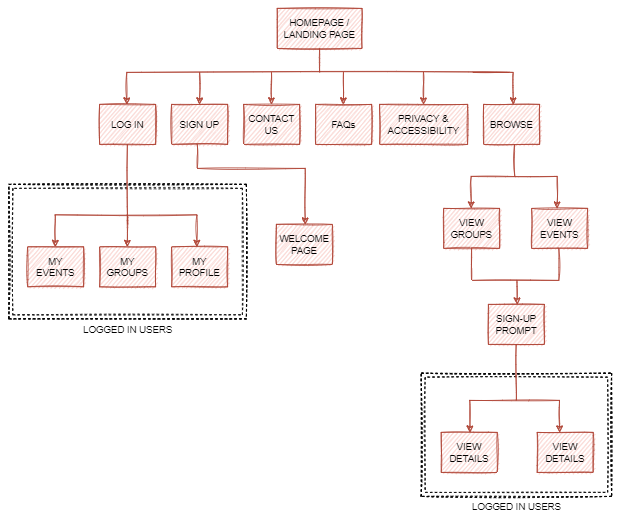
Earlier version of the draw.io export documentation/screenshots/information-architecture.png (lmw95/MS3-worldsmiths). Source tidied: cells renumbered, new cells last; positions are measured from the earlier drawing's top-left corner, leaving out a move shared by most shapes.
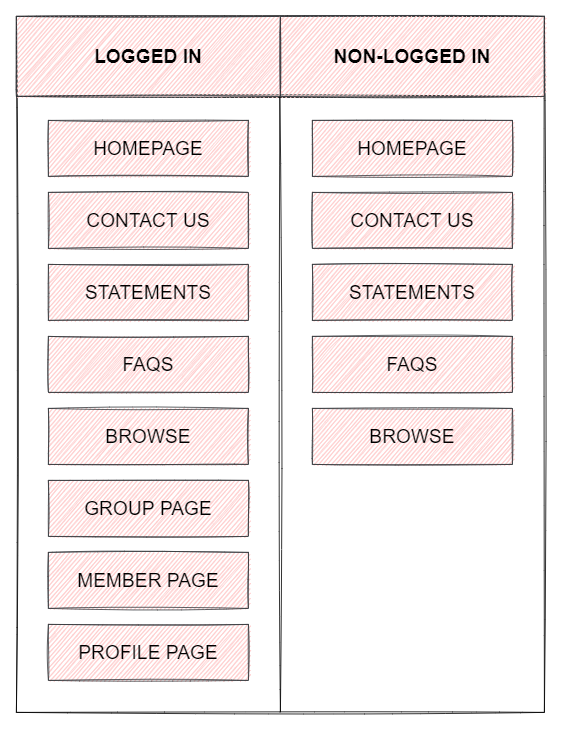
After the commit.

Commit message:
Update README with updated diagrams of workflow and architecture

The edit, as a diff of the source:
```diff
@@ -2,215 +2,64 @@
   <root>
     <mxCell id="0" />
     <mxCell id="1" parent="0" />
-    <mxCell id="2" value="LOGGED IN USERS" style="verticalLabelPosition=bottom;verticalAlign=top;html=1;shape=mxgraph.basic.rect;fillColor2=none;strokeWidth=1;size=20;indent=5;fillColor=none;dashed=1;strokeColor=#000000;perimeterSpacing=0;shadow=0;sketch=1;" parent="1" vertex="1">
-      <mxGeometry x="0.5" y="220" width="297" height="168" as="geometry" />
-    </mxCell>
-    <mxCell id="3" value="HOMEPAGE / LANDING PAGE" style="rounded=0;whiteSpace=wrap;html=1;fillColor=#fad9d5;strokeColor=#ae4132;sketch=1;" parent="1" vertex="1">
-      <mxGeometry x="336" width="106" height="50" as="geometry" />
-    </mxCell>
-    <mxCell id="4" value="LOG IN" style="rounded=0;whiteSpace=wrap;html=1;fillColor=#fad9d5;strokeColor=#ae4132;sketch=1;" parent="1" vertex="1">
-      <mxGeometry x="114" y="120" width="70" height="50" as="geometry" />
-    </mxCell>
-    <mxCell id="5" value="SIGN UP" style="rounded=0;whiteSpace=wrap;html=1;fillColor=#fad9d5;strokeColor=#ae4132;sketch=1;" parent="1" vertex="1">
-      <mxGeometry x="204" y="120" width="70" height="50" as="geometry" />
-    </mxCell>
-    <mxCell id="6" value="CONTACT US" style="rounded=0;whiteSpace=wrap;html=1;fillColor=#fad9d5;strokeColor=#ae4132;sketch=1;" parent="1" vertex="1">
-      <mxGeometry x="294" y="120" width="70" height="50" as="geometry" />
-    </mxCell>
-    <mxCell id="7" value="FAQs" style="rounded=0;whiteSpace=wrap;html=1;fillColor=#fad9d5;strokeColor=#ae4132;sketch=1;" parent="1" vertex="1">
-      <mxGeometry x="384" y="120" width="70" height="50" as="geometry" />
-    </mxCell>
-    <mxCell id="8" value="PRIVACY &amp;amp; ACCESSIBILITY" style="rounded=0;whiteSpace=wrap;html=1;fillColor=#fad9d5;strokeColor=#ae4132;sketch=1;" parent="1" vertex="1">
-      <mxGeometry x="464" y="120" width="110" height="50" as="geometry" />
-    </mxCell>
-    <mxCell id="9" value="BROWSE" style="rounded=0;whiteSpace=wrap;html=1;fillColor=#fad9d5;strokeColor=#ae4132;sketch=1;" parent="1" vertex="1">
-      <mxGeometry x="594" y="120" width="70" height="50" as="geometry" />
-    </mxCell>
-    <mxCell id="10" style="endArrow=classic;html=1;rounded=0;edgeStyle=orthogonalEdgeStyle;fillColor=#fad9d5;strokeColor=#ae4132;sketch=1;" parent="1" edge="1">
-      <mxGeometry relative="1" as="geometry">
-        <mxPoint x="626" y="80" as="sourcePoint" />
-        <mxPoint x="148" y="120" as="targetPoint" />
-      </mxGeometry>
-    </mxCell>
-    <mxCell id="11" style="endArrow=classic;html=1;rounded=0;edgeStyle=orthogonalEdgeStyle;fillColor=#fad9d5;strokeColor=#ae4132;sketch=1;" parent="1" edge="1">
-      <mxGeometry relative="1" as="geometry">
-        <mxPoint x="581" y="80" as="sourcePoint" />
-        <mxPoint x="631" y="120" as="targetPoint" />
-        <Array as="points">
-          <mxPoint x="581" y="80" />
-          <mxPoint x="631" y="80" />
-        </Array>
-      </mxGeometry>
-    </mxCell>
-    <mxCell id="12" style="endArrow=classic;html=1;rounded=0;fillColor=#fad9d5;strokeColor=#ae4132;sketch=1;" parent="1" edge="1">
-      <mxGeometry relative="1" as="geometry">
-        <mxPoint x="239" y="80" as="sourcePoint" />
-        <mxPoint x="239" y="120" as="targetPoint" />
-      </mxGeometry>
-    </mxCell>
-    <mxCell id="13" style="endArrow=classic;html=1;rounded=0;fillColor=#fad9d5;strokeColor=#ae4132;sketch=1;" parent="1" edge="1">
-      <mxGeometry relative="1" as="geometry">
-        <mxPoint x="328.8" y="80" as="sourcePoint" />
-        <mxPoint x="328.8" y="120" as="targetPoint" />
-      </mxGeometry>
-    </mxCell>
-    <mxCell id="14" style="endArrow=classic;html=1;rounded=0;fillColor=#fad9d5;strokeColor=#ae4132;sketch=1;" parent="1" edge="1">
-      <mxGeometry relative="1" as="geometry">
-        <mxPoint x="418.8" y="80" as="sourcePoint" />
-        <mxPoint x="418.8" y="120" as="targetPoint" />
-      </mxGeometry>
-    </mxCell>
-    <mxCell id="15" style="endArrow=classic;html=1;rounded=0;fillColor=#fad9d5;strokeColor=#ae4132;sketch=1;" parent="1" edge="1">
-      <mxGeometry relative="1" as="geometry">
-        <mxPoint x="518.8" y="80" as="sourcePoint" />
-        <mxPoint x="518.8" y="120" as="targetPoint" />
-      </mxGeometry>
-    </mxCell>
-    <mxCell id="16" value="MY EVENTS" style="rounded=0;whiteSpace=wrap;html=1;fillColor=#fad9d5;strokeColor=#ae4132;sketch=1;" parent="1" vertex="1">
-      <mxGeometry x="24" y="298" width="70" height="50" as="geometry" />
-    </mxCell>
-    <mxCell id="17" value="MY GROUPS" style="rounded=0;whiteSpace=wrap;html=1;fillColor=#fad9d5;strokeColor=#ae4132;sketch=1;" parent="1" vertex="1">
-      <mxGeometry x="114" y="298" width="70" height="50" as="geometry" />
-    </mxCell>
-    <mxCell id="18" value="MY PROFILE" style="rounded=0;whiteSpace=wrap;html=1;fillColor=#fad9d5;strokeColor=#ae4132;sketch=1;" parent="1" vertex="1">
-      <mxGeometry x="204" y="298" width="70" height="50" as="geometry" />
-    </mxCell>
-    <mxCell id="19" value="WELCOME PAGE" style="rounded=0;whiteSpace=wrap;html=1;fillColor=#fad9d5;strokeColor=#ae4132;sketch=1;" parent="1" vertex="1">
-      <mxGeometry x="335" y="270" width="70" height="50" as="geometry" />
-    </mxCell>
-    <mxCell id="20" style="endArrow=none;html=1;rounded=0;fillColor=#fad9d5;strokeColor=#ae4132;sketch=1;" parent="1" edge="1">
-      <mxGeometry relative="1" as="geometry">
-        <mxPoint x="58" y="258" as="sourcePoint" />
-        <mxPoint x="236" y="258" as="targetPoint" />
-      </mxGeometry>
-    </mxCell>
-    <mxCell id="21" style="endArrow=classic;html=1;rounded=0;fillColor=#fad9d5;strokeColor=#ae4132;sketch=1;" parent="1" edge="1">
-      <mxGeometry relative="1" as="geometry">
-        <mxPoint x="58.6" y="258" as="sourcePoint" />
-        <mxPoint x="58.6" y="298" as="targetPoint" />
-      </mxGeometry>
-    </mxCell>
-    <mxCell id="22" style="endArrow=classic;html=1;rounded=0;fillColor=#fad9d5;strokeColor=#ae4132;sketch=1;" parent="1" edge="1">
-      <mxGeometry relative="1" as="geometry">
-        <mxPoint x="148.7" y="258" as="sourcePoint" />
-        <mxPoint x="148.7" y="298" as="targetPoint" />
-      </mxGeometry>
-    </mxCell>
-    <mxCell id="23" style="endArrow=classic;html=1;rounded=0;fillColor=#fad9d5;strokeColor=#ae4132;sketch=1;" parent="1" edge="1">
-      <mxGeometry relative="1" as="geometry">
-        <mxPoint x="235.7" y="258" as="sourcePoint" />
-        <mxPoint x="235.7" y="298" as="targetPoint" />
-      </mxGeometry>
-    </mxCell>
-    <mxCell id="24" style="endArrow=none;html=1;rounded=0;fillColor=#fad9d5;strokeColor=#ae4132;sketch=1;" parent="1" edge="1">
-      <mxGeometry relative="1" as="geometry">
-        <mxPoint x="149" y="270" as="sourcePoint" />
-        <mxPoint x="148.7" y="170" as="targetPoint" />
-      </mxGeometry>
-    </mxCell>
-    <mxCell id="25" style="endArrow=classic;html=1;rounded=0;edgeStyle=orthogonalEdgeStyle;fillColor=#fad9d5;strokeColor=#ae4132;sketch=1;" parent="1" edge="1" target="19">
-      <mxGeometry relative="1" as="geometry">
-        <mxPoint x="236" y="170" as="sourcePoint" />
-        <Array as="points">
-          <mxPoint x="236" y="200" />
-          <mxPoint x="371" y="200" />
-        </Array>
-      </mxGeometry>
-    </mxCell>
-    <mxCell id="26" style="endArrow=none;html=1;rounded=0;fillColor=#fad9d5;strokeColor=#ae4132;sketch=1;" parent="1" edge="1">
-      <mxGeometry relative="1" as="geometry">
-        <mxPoint x="389" y="80" as="sourcePoint" />
-        <mxPoint x="389" y="50" as="targetPoint" />
-      </mxGeometry>
-    </mxCell>
-    <mxCell id="27" style="endArrow=none;html=1;rounded=0;fillColor=#fad9d5;strokeColor=#ae4132;sketch=1;" parent="1" edge="1">
-      <mxGeometry relative="1" as="geometry">
-        <mxPoint x="633" y="210" as="sourcePoint" />
-        <mxPoint x="632.6" y="170" as="targetPoint" />
-      </mxGeometry>
-    </mxCell>
-    <mxCell id="28" value="VIEW EVENTS&lt;span style=&quot;color: rgba(0 , 0 , 0 , 0) ; font-family: monospace ; font-size: 0px&quot;&gt;%3CmxGraphModel%3E%3Croot%3E%3CmxCell%20id%3D%220%22%2F%3E%3CmxCell%20id%3D%221%22%20parent%3D%220%22%2F%3E%3CmxCell%20id%3D%222%22%20value%3D%22WELCOME%20PAGE%22%20style%3D%22rounded%3D0%3BwhiteSpace%3Dwrap%3Bhtml%3D1%3BfillColor%3D%23fad9d5%3BstrokeColor%3D%23ae4132%3B%22%20vertex%3D%221%22%20parent%3D%221%22%3E%3CmxGeometry%20x%3D%22338%22%20y%3D%22310%22%20width%3D%2270%22%20height%3D%2250%22%20as%3D%22geometry%22%2F%3E%3C%2FmxCell%3E%3C%2Froot%3E%3C%2FmxGraphModel%3E&lt;/span&gt;" style="rounded=0;whiteSpace=wrap;html=1;fillColor=#fad9d5;strokeColor=#ae4132;sketch=1;" parent="1" vertex="1">
-      <mxGeometry x="654" y="250" width="70" height="50" as="geometry" />
-    </mxCell>
-    <mxCell id="29" value="VIEW GROUPS" style="rounded=0;whiteSpace=wrap;html=1;fillColor=#fad9d5;strokeColor=#ae4132;sketch=1;" parent="1" vertex="1">
-      <mxGeometry x="544" y="250" width="70" height="50" as="geometry" />
-    </mxCell>
-    <mxCell id="30" value="SIGN-UP PROMPT" style="rounded=0;whiteSpace=wrap;html=1;fillColor=#fad9d5;strokeColor=#ae4132;sketch=1;" parent="1" vertex="1">
-      <mxGeometry x="600" y="370" width="70" height="50" as="geometry" />
-    </mxCell>
-    <mxCell id="31" value="VIEW DETAILS" style="rounded=0;whiteSpace=wrap;html=1;fillColor=#fad9d5;strokeColor=#ae4132;sketch=1;" parent="1" vertex="1">
-      <mxGeometry x="541" y="530" width="70" height="50" as="geometry" />
-    </mxCell>
-    <mxCell id="32" value="VIEW DETAILS" style="rounded=0;whiteSpace=wrap;html=1;fillColor=#fad9d5;strokeColor=#ae4132;sketch=1;" parent="1" vertex="1">
-      <mxGeometry x="661" y="530" width="70" height="50" as="geometry" />
-    </mxCell>
-    <mxCell id="33" style="endArrow=none;html=1;rounded=0;fillColor=#fad9d5;strokeColor=#ae4132;sketch=1;" parent="1" edge="1">
-      <mxGeometry relative="1" as="geometry">
-        <mxPoint x="578" y="210" as="sourcePoint" />
-        <mxPoint x="686" y="210" as="targetPoint" />
-      </mxGeometry>
-    </mxCell>
-    <mxCell id="34" style="endArrow=classic;html=1;rounded=0;fillColor=#fad9d5;strokeColor=#ae4132;sketch=1;" parent="1" edge="1">
-      <mxGeometry relative="1" as="geometry">
-        <mxPoint x="686" y="210" as="sourcePoint" />
-        <mxPoint x="686" y="250" as="targetPoint" />
-      </mxGeometry>
-    </mxCell>
-    <mxCell id="35" value="LOGGED IN USERS" style="verticalLabelPosition=bottom;verticalAlign=top;html=1;shape=mxgraph.basic.rect;fillColor2=none;strokeWidth=1;size=20;indent=5;fillColor=none;dashed=1;strokeColor=#000000;perimeterSpacing=0;shadow=0;sketch=1;" parent="1" vertex="1">
-      <mxGeometry x="516" y="456" width="238" height="154" as="geometry" />
-    </mxCell>
-    <mxCell id="36" style="endArrow=none;html=1;rounded=0;fillColor=#fad9d5;strokeColor=#ae4132;sketch=1;" parent="1" edge="1">
-      <mxGeometry relative="1" as="geometry">
-        <mxPoint x="580" y="340" as="sourcePoint" />
-        <mxPoint x="688" y="340" as="targetPoint" />
-      </mxGeometry>
-    </mxCell>
-    <mxCell id="37" style="endArrow=none;html=1;rounded=0;fillColor=#fad9d5;strokeColor=#ae4132;sketch=1;" parent="1" edge="1">
-      <mxGeometry relative="1" as="geometry">
-        <mxPoint x="635" y="490" as="sourcePoint" />
-        <mxPoint x="634.7" y="420" as="targetPoint" />
-      </mxGeometry>
-    </mxCell>
-    <mxCell id="38" style="endArrow=none;html=1;rounded=0;fillColor=#fad9d5;strokeColor=#ae4132;sketch=1;" parent="1" edge="1">
-      <mxGeometry relative="1" as="geometry">
-        <mxPoint x="576" y="490" as="sourcePoint" />
-        <mxPoint x="690" y="490" as="targetPoint" />
-      </mxGeometry>
-    </mxCell>
-    <mxCell id="39" style="endArrow=classic;html=1;rounded=0;fillColor=#fad9d5;strokeColor=#ae4132;sketch=1;" parent="1" edge="1">
-      <mxGeometry relative="1" as="geometry">
-        <mxPoint x="578.6" y="210" as="sourcePoint" />
-        <mxPoint x="578.6" y="250" as="targetPoint" />
-      </mxGeometry>
-    </mxCell>
-    <mxCell id="40" style="endArrow=classic;html=1;rounded=0;fillColor=#fad9d5;strokeColor=#ae4132;sketch=1;" parent="1" edge="1">
-      <mxGeometry relative="1" as="geometry">
-        <mxPoint x="576.7" y="490" as="sourcePoint" />
-        <mxPoint x="577" y="530" as="targetPoint" />
-      </mxGeometry>
-    </mxCell>
-    <mxCell id="41" style="endArrow=classic;html=1;rounded=0;fillColor=#fad9d5;strokeColor=#ae4132;sketch=1;" parent="1" edge="1">
-      <mxGeometry relative="1" as="geometry">
-        <mxPoint x="688.9" y="490" as="sourcePoint" />
-        <mxPoint x="689.1" y="530" as="targetPoint" />
-      </mxGeometry>
-    </mxCell>
-    <mxCell id="42" style="endArrow=none;html=1;rounded=0;fillColor=#fad9d5;strokeColor=#ae4132;entryX=0.5;entryY=1;entryDx=0;entryDy=0;sketch=1;" parent="1" edge="1" target="29">
-      <mxGeometry relative="1" as="geometry">
-        <mxPoint x="579" y="340" as="sourcePoint" />
-      </mxGeometry>
-    </mxCell>
-    <mxCell id="43" style="endArrow=none;html=1;rounded=0;fillColor=#fad9d5;strokeColor=#ae4132;entryX=0.5;entryY=1;entryDx=0;entryDy=0;sketch=1;" parent="1" edge="1">
-      <mxGeometry relative="1" as="geometry">
-        <mxPoint x="688" y="340" as="sourcePoint" />
-        <mxPoint x="688" y="300" as="targetPoint" />
-      </mxGeometry>
-    </mxCell>
-    <mxCell id="44" style="endArrow=classic;html=1;rounded=0;fillColor=#fad9d5;strokeColor=#ae4132;sketch=1;" parent="1" edge="1">
-      <mxGeometry relative="1" as="geometry">
-        <mxPoint x="635.7" y="340" as="sourcePoint" />
-        <mxPoint x="636" y="370" as="targetPoint" />
-      </mxGeometry>
-    </mxCell>
+    <mxCell id="45" style="rounded=0;whiteSpace=wrap;html=1;sketch=1;fontColor=#095C86;strokeColor=#000000;fillColor=none;" parent="1" vertex="1">
+      <mxGeometry x="76" y="-110" width="660" height="870" as="geometry" />
+    </mxCell>
+    <mxCell id="46" style="endArrow=none;html=1;rounded=1;sketch=1;fontColor=#095C86;strokeColor=#000000;fillColor=#F694C1;curved=0;exitX=0.5;exitY=1;exitDx=0;exitDy=0;" parent="1" edge="1" source="45">
+      <mxGeometry relative="1" as="geometry">
+        <mxPoint x="405.3" y="-10" as="targetPoint" />
+      </mxGeometry>
+    </mxCell>
+    <mxCell id="47" style="endArrow=none;html=1;rounded=1;sketch=1;fontColor=#095C86;strokeColor=#000000;fillColor=#F694C1;curved=0;fontStyle=1;fontSize=24;" parent="1" edge="1">
+      <mxGeometry relative="1" as="geometry">
+        <mxPoint x="716" y="-10" as="sourcePoint" />
+        <mxPoint x="76" y="-10" as="targetPoint" />
+      </mxGeometry>
+    </mxCell>
+    <mxCell id="48" value="LOGGED IN" style="rounded=0;whiteSpace=wrap;html=1;sketch=1;strokeColor=#36393d;fillColor=#ffcccc;fontStyle=1;fontSize=24;labelBackgroundColor=none;" parent="1" vertex="1">
+      <mxGeometry x="76" y="-110" width="330" height="100" as="geometry" />
+    </mxCell>
+    <mxCell id="49" value="NON-LOGGED IN" style="rounded=0;whiteSpace=wrap;html=1;sketch=1;strokeColor=#36393d;fillColor=#ffcccc;fontStyle=1;fontSize=24;" parent="1" vertex="1">
+      <mxGeometry x="406" y="-110" width="330" height="100" as="geometry" />
+    </mxCell>
+    <mxCell id="50" value="HOMEPAGE" style="rounded=0;whiteSpace=wrap;html=1;labelBackgroundColor=none;sketch=1;fontSize=24;strokeColor=#36393d;fillColor=#ffcccc;" parent="1" vertex="1">
+      <mxGeometry x="116" y="20" width="250" height="70" as="geometry" />
+    </mxCell>
+    <mxCell id="51" value="HOMEPAGE" style="rounded=0;whiteSpace=wrap;html=1;labelBackgroundColor=none;sketch=1;fontSize=24;strokeColor=#36393d;fillColor=#ffcccc;" parent="1" vertex="1">
+      <mxGeometry x="446" y="20" width="250" height="70" as="geometry" />
+    </mxCell>
+    <mxCell id="52" value="CONTACT US&lt;span style=&quot;color: rgba(0 , 0 , 0 , 0) ; font-family: monospace ; font-size: 0px&quot;&gt;%3CmxGraphModel%3E%3Croot%3E%3CmxCell%20id%3D%220%22%2F%3E%3CmxCell%20id%3D%221%22%20parent%3D%220%22%2F%3E%3CmxCell%20id%3D%222%22%20value%3D%22HOMEPAGE%22%20style%3D%22rounded%3D0%3BwhiteSpace%3Dwrap%3Bhtml%3D1%3BlabelBackgroundColor%3Dnone%3Bsketch%3D1%3BfontSize%3D24%3BstrokeColor%3D%2336393d%3BfillColor%3D%23ffcccc%3B%22%20vertex%3D%221%22%20parent%3D%221%22%3E%3CmxGeometry%20x%3D%22160%22%20y%3D%2260%22%20width%3D%22250%22%20height%3D%2270%22%20as%3D%22geometry%22%2F%3E%3C%2FmxCell%3E%3C%2Froot%3E%3C%2FmxGraphModel%3E&lt;/span&gt;" style="rounded=0;whiteSpace=wrap;html=1;labelBackgroundColor=none;sketch=1;fontSize=24;strokeColor=#36393d;fillColor=#ffcccc;" parent="1" vertex="1">
+      <mxGeometry x="116" y="110" width="250" height="70" as="geometry" />
+    </mxCell>
+    <mxCell id="53" value="CONTACT US&lt;span style=&quot;color: rgba(0 , 0 , 0 , 0) ; font-family: monospace ; font-size: 0px&quot;&gt;%3CmxGraphModel%3E%3Croot%3E%3CmxCell%20id%3D%220%22%2F%3E%3CmxCell%20id%3D%221%22%20parent%3D%220%22%2F%3E%3CmxCell%20id%3D%222%22%20value%3D%22HOMEPAGE%22%20style%3D%22rounded%3D0%3BwhiteSpace%3Dwrap%3Bhtml%3D1%3BlabelBackgroundColor%3Dnone%3Bsketch%3D1%3BfontSize%3D24%3BstrokeColor%3D%2336393d%3BfillColor%3D%23ffcccc%3B%22%20vertex%3D%221%22%20parent%3D%221%22%3E%3CmxGeometry%20x%3D%22160%22%20y%3D%2260%22%20width%3D%22250%22%20height%3D%2270%22%20as%3D%22geometry%22%2F%3E%3C%2FmxCell%3E%3C%2Froot%3E%3C%2FmxGraphModel%3E&lt;/span&gt;" style="rounded=0;whiteSpace=wrap;html=1;labelBackgroundColor=none;sketch=1;fontSize=24;strokeColor=#36393d;fillColor=#ffcccc;" parent="1" vertex="1">
+      <mxGeometry x="446" y="110" width="250" height="70" as="geometry" />
+    </mxCell>
+    <mxCell id="54" value="STATEMENTS" style="rounded=0;whiteSpace=wrap;html=1;labelBackgroundColor=none;sketch=1;fontSize=24;strokeColor=#36393d;fillColor=#ffcccc;" parent="1" vertex="1">
+      <mxGeometry x="116" y="200" width="250" height="70" as="geometry" />
+    </mxCell>
+    <mxCell id="55" value="STATEMENTS" style="rounded=0;whiteSpace=wrap;html=1;labelBackgroundColor=none;sketch=1;fontSize=24;strokeColor=#36393d;fillColor=#ffcccc;" parent="1" vertex="1">
+      <mxGeometry x="446" y="200" width="250" height="70" as="geometry" />
+    </mxCell>
+    <mxCell id="56" value="FAQS&lt;span style=&quot;color: rgba(0 , 0 , 0 , 0) ; font-family: monospace ; font-size: 0px&quot;&gt;%3CmxGraphModel%3E%3Croot%3E%3CmxCell%20id%3D%220%22%2F%3E%3CmxCell%20id%3D%221%22%20parent%3D%220%22%2F%3E%3CmxCell%20id%3D%222%22%20value%3D%22STATEMENTS%22%20style%3D%22rounded%3D0%3BwhiteSpace%3Dwrap%3Bhtml%3D1%3BlabelBackgroundColor%3Dnone%3Bsketch%3D1%3BfontSize%3D24%3BstrokeColor%3D%2336393d%3BfillColor%3D%23ffcccc%3B%22%20vertex%3D%221%22%20parent%3D%221%22%3E%3CmxGeometry%20x%3D%22160%22%20y%3D%22240%22%20width%3D%22250%22%20height%3D%2270%22%20as%3D%22geometry%22%2F%3E%3C%2FmxCell%3E%3C%2Froot%3E%3C%2FmxGraphModel%3E&lt;/span&gt;" style="rounded=0;whiteSpace=wrap;html=1;labelBackgroundColor=none;sketch=1;fontSize=24;strokeColor=#36393d;fillColor=#ffcccc;" parent="1" vertex="1">
+      <mxGeometry x="116" y="290" width="250" height="70" as="geometry" />
+    </mxCell>
+    <mxCell id="57" value="FAQS&lt;span style=&quot;color: rgba(0 , 0 , 0 , 0) ; font-family: monospace ; font-size: 0px&quot;&gt;%3CmxGraphModel%3E%3Croot%3E%3CmxCell%20id%3D%220%22%2F%3E%3CmxCell%20id%3D%221%22%20parent%3D%220%22%2F%3E%3CmxCell%20id%3D%222%22%20value%3D%22STATEMENTS%22%20style%3D%22rounded%3D0%3BwhiteSpace%3Dwrap%3Bhtml%3D1%3BlabelBackgroundColor%3Dnone%3Bsketch%3D1%3BfontSize%3D24%3BstrokeColor%3D%2336393d%3BfillColor%3D%23ffcccc%3B%22%20vertex%3D%221%22%20parent%3D%221%22%3E%3CmxGeometry%20x%3D%22160%22%20y%3D%22240%22%20width%3D%22250%22%20height%3D%2270%22%20as%3D%22geometry%22%2F%3E%3C%2FmxCell%3E%3C%2Froot%3E%3C%2FmxGraphModel%3E&lt;/span&gt;" style="rounded=0;whiteSpace=wrap;html=1;labelBackgroundColor=none;sketch=1;fontSize=24;strokeColor=#36393d;fillColor=#ffcccc;" parent="1" vertex="1">
+      <mxGeometry x="446" y="290" width="250" height="70" as="geometry" />
+    </mxCell>
+    <mxCell id="58" value="BROWSE" style="rounded=0;whiteSpace=wrap;html=1;labelBackgroundColor=none;sketch=1;fontSize=24;strokeColor=#36393d;fillColor=#ffcccc;" parent="1" vertex="1">
+      <mxGeometry x="116" y="380" width="250" height="70" as="geometry" />
+    </mxCell>
+    <mxCell id="59" value="BROWSE" style="rounded=0;whiteSpace=wrap;html=1;labelBackgroundColor=none;sketch=1;fontSize=24;strokeColor=#36393d;fillColor=#ffcccc;" parent="1" vertex="1">
+      <mxGeometry x="446" y="380" width="250" height="70" as="geometry" />
+    </mxCell>
+    <mxCell id="60" value="GROUP PAGE" style="rounded=0;whiteSpace=wrap;html=1;labelBackgroundColor=none;sketch=1;fontSize=24;strokeColor=#36393d;fillColor=#ffcccc;" parent="1" vertex="1">
+      <mxGeometry x="116" y="470" width="250" height="70" as="geometry" />
+    </mxCell>
+    <mxCell id="61" value="MEMBER PAGE" style="rounded=0;whiteSpace=wrap;html=1;labelBackgroundColor=none;sketch=1;fontSize=24;strokeColor=#36393d;fillColor=#ffcccc;" parent="1" vertex="1">
+      <mxGeometry x="116" y="560" width="250" height="70" as="geometry" />
+    </mxCell>
+    <mxCell id="62" value="PROFILE PAGE" style="rounded=0;whiteSpace=wrap;html=1;labelBackgroundColor=none;sketch=1;fontSize=24;strokeColor=#36393d;fillColor=#ffcccc;" parent="1" vertex="1">
+      <mxGeometry x="116" y="650" width="250" height="70" as="geometry" />
+    </mxCell>
   </root>
 </mxGraphModel>
```
